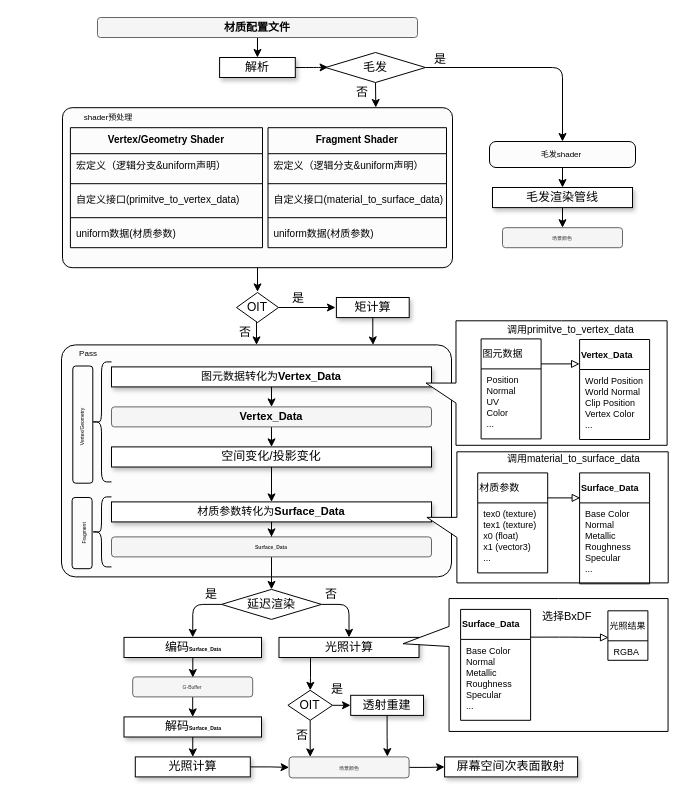
Earlier version of the draw.io diagram 未命名绘图.drawio (inliab/hello-world). Source tidied: cells renumbered, new cells numbered last; positions are measured from the earlier drawing's top-left corner, leaving out a move shared by most shapes. Both pictures are drawn from the tidied source at 100%, with x=0, y=0 at pixel (17, 17).
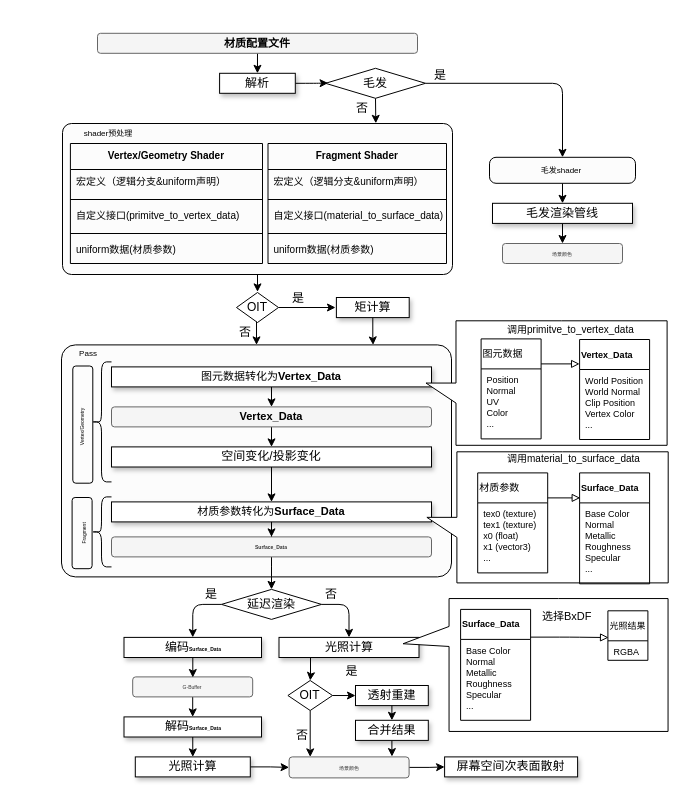
After the change.

Commit message (it also covers changes not shown here):
更新未命名绘图.drawio

The change refers to these unchanged cells:
```xml
<mxCell id="20" value="场景颜色" style="rounded=1;whiteSpace=wrap;html=1;shadow=0;glass=0;sketch=0;fontSize=5;fillColor=#f5f5f5;fontColor=#333333;strokeColor=#666666;" parent="1" vertex="1">
  <mxGeometry x="271.6" y="739.4" width="120" height="21" as="geometry" />
</mxCell>
```

Change to the diagram source:
```diff
@@
     <mxCell id="3" style="rounded=1;whiteSpace=wrap;html=1;shadow=0;glass=0;sketch=0;fontSize=5;fillColor=#FCFCFC;arcSize=25;" parent="1" vertex="1">
-      <mxGeometry x="472" y="124" width="146" height="26" as="geometry" />
+      <mxGeometry x="472" y="139.8" width="146" height="26" as="geometry" />
     </mxCell>
@@
     <mxCell id="6" style="rounded=1;whiteSpace=wrap;html=1;shadow=0;glass=0;sketch=0;fontSize=5;fillColor=#FCFCFC;arcSize=6;" parent="1" vertex="1">
-      <mxGeometry x="45" y="90.2" width="390" height="160" as="geometry" />
+      <mxGeometry x="45" y="106" width="390" height="151" as="geometry" />
     </mxCell>
@@
     <mxCell id="39" value="Vertex/Geometry Shader" style="swimlane;fontStyle=1;align=center;verticalAlign=top;horizontal=1;startSize=26;rounded=0;shadow=0;glass=0;sketch=0;strokeColor=default;strokeWidth=1;fontSize=10;fillColor=none;swimlaneFillColor=none;" parent="1" vertex="1">
-      <mxGeometry x="52.9" y="110.2" width="192.1" height="120" as="geometry" />
+      <mxGeometry x="52.9" y="126" width="192.1" height="120" as="geometry" />
     </mxCell>
@@
     <mxCell id="67" value="Fragment Shader" style="swimlane;fontStyle=1;align=center;verticalAlign=top;horizontal=1;startSize=26;rounded=0;shadow=0;glass=0;sketch=0;strokeColor=default;strokeWidth=1;fontSize=10;fillColor=none;swimlaneFillColor=none;" parent="1" vertex="1">
-      <mxGeometry x="250.5" y="110.2" width="178.5" height="120" as="geometry" />
+      <mxGeometry x="250.5" y="126" width="178.5" height="120" as="geometry" />
     </mxCell>
@@
     <mxCell id="77" value="shader预处理" style="text;html=1;strokeColor=none;fillColor=none;align=center;verticalAlign=middle;whiteSpace=wrap;rounded=0;shadow=0;glass=0;sketch=0;strokeWidth=1;fontSize=8;" parent="1" vertex="1">
-      <mxGeometry x="20" y="85" width="141.8" height="30" as="geometry" />
+      <mxGeometry x="20" y="100.8" width="141.8" height="30" as="geometry" />
     </mxCell>
@@
     <mxCell id="79" value="&lt;b style=&quot;color: rgb(0, 0, 0); font-size: 11px;&quot;&gt;材质配置文件&lt;/b&gt;" style="rounded=1;whiteSpace=wrap;html=1;shadow=0;glass=0;sketch=0;fontSize=5;fillColor=#f5f5f5;fontColor=#333333;strokeColor=#666666;" parent="1" vertex="1">
-      <mxGeometry x="80" width="320" height="20" as="geometry" />
+      <mxGeometry x="80" y="15.8" width="320" height="20" as="geometry" />
     </mxCell>
@@
     <mxCell id="82" value="解析" style="rounded=0;whiteSpace=wrap;html=1;fontSize=12;glass=0;strokeWidth=1;shadow=1;" parent="1" vertex="1">
-      <mxGeometry x="202.1" y="40" width="75.7" height="20" as="geometry" />
+      <mxGeometry x="202.1" y="55.8" width="75.7" height="20" as="geometry" />
     </mxCell>
     <mxCell id="83" style="edgeStyle=orthogonalEdgeStyle;rounded=1;jettySize=auto;html=1;exitX=0.5;exitY=1;exitDx=0;exitDy=0;exitPerimeter=0;fontSize=8;endArrow=classic;endFill=1;" parent="1" edge="1" source="85">
       <mxGeometry relative="1" as="geometry">
-        <mxPoint x="358.3" y="90" as="targetPoint" />
+        <mxPoint x="358.3" y="105.8" as="targetPoint" />
       </mxGeometry>
     </mxCell>
@@
     <mxCell id="85" value="毛发" style="strokeWidth=1;html=1;shape=mxgraph.flowchart.decision;whiteSpace=wrap;rounded=1;shadow=0;glass=0;sketch=0;strokeColor=#030303;fontSize=12;fillColor=default;" parent="1" vertex="1">
-      <mxGeometry x="308" y="35" width="100" height="30" as="geometry" />
+      <mxGeometry x="308" y="50.8" width="100" height="30" as="geometry" />
     </mxCell>
@@
     <mxCell id="87" value="毛发渲染管线" style="rounded=0;whiteSpace=wrap;html=1;fontSize=12;glass=0;strokeWidth=1;shadow=1;" parent="1" vertex="1">
-      <mxGeometry x="475" y="170" width="140" height="20.1" as="geometry" />
+      <mxGeometry x="475" y="185.8" width="140" height="20.1" as="geometry" />
     </mxCell>
     <mxCell id="88" value="场景颜色" style="rounded=1;whiteSpace=wrap;html=1;shadow=0;glass=0;sketch=0;fontSize=5;fillColor=#f5f5f5;fontColor=#333333;strokeColor=#666666;" parent="1" vertex="1">
-      <mxGeometry x="485" y="210.2" width="120" height="20" as="geometry" />
+      <mxGeometry x="485" y="226" width="120" height="20" as="geometry" />
     </mxCell>
     <mxCell id="89" value="是" style="text;html=1;strokeColor=none;fillColor=none;align=center;verticalAlign=middle;whiteSpace=wrap;rounded=0;shadow=0;glass=0;dashed=1;sketch=0;fontSize=12;" parent="1" vertex="1">
-      <mxGeometry x="392.6" y="27" width="60" height="30" as="geometry" />
+      <mxGeometry x="392.6" y="42.8" width="60" height="30" as="geometry" />
     </mxCell>
     <mxCell id="90" value="否" style="text;html=1;strokeColor=none;fillColor=none;align=center;verticalAlign=middle;whiteSpace=wrap;rounded=0;shadow=0;glass=0;dashed=1;sketch=0;fontSize=12;" parent="1" vertex="1">
-      <mxGeometry x="315" y="60" width="60" height="30" as="geometry" />
+      <mxGeometry x="315" y="75.8" width="60" height="30" as="geometry" />
     </mxCell>
     <mxCell id="91" value="毛发shader" style="text;html=1;strokeColor=none;fillColor=none;align=center;verticalAlign=middle;whiteSpace=wrap;rounded=0;shadow=0;glass=0;sketch=0;strokeWidth=1;fontSize=8;" parent="1" vertex="1">
-      <mxGeometry x="473.2" y="122" width="141.8" height="30" as="geometry" />
+      <mxGeometry x="473.2" y="137.8" width="141.8" height="30" as="geometry" />
     </mxCell>
@@
-    <mxCell id="101" style="edgeStyle=orthogonalEdgeStyle;rounded=0;jettySize=auto;html=1;exitX=1;exitY=0.5;exitDx=0;exitDy=0;exitPerimeter=0;fontSize=10;" parent="1" edge="1" source="102">
-      <mxGeometry relative="1" as="geometry">
-        <mxPoint x="333" y="688" as="targetPoint" />
-      </mxGeometry>
-    </mxCell>
     <mxCell id="102" value="OIT" style="strokeWidth=1;html=1;shape=mxgraph.flowchart.decision;whiteSpace=wrap;rounded=1;shadow=0;glass=0;sketch=0;strokeColor=#030303;fontSize=12;fillColor=default;" parent="1" vertex="1">
-      <mxGeometry x="270.4" y="672.8" width="44.6" height="30" as="geometry" />
+      <mxGeometry x="270.4" y="663" width="44.6" height="30" as="geometry" />
     </mxCell>
-    <mxCell id="103" style="edgeStyle=orthogonalEdgeStyle;rounded=0;jettySize=auto;html=1;entryX=0.819;entryY=-0.014;entryDx=0;entryDy=0;entryPerimeter=0;fontSize=10;" parent="1" edge="1" source="104" target="20">
-      <mxGeometry relative="1" as="geometry" />
-    </mxCell>
     <mxCell id="104" value="透射重建" style="rounded=0;whiteSpace=wrap;html=1;fontSize=12;glass=0;strokeWidth=1;shadow=1;" parent="1" vertex="1">
-      <mxGeometry x="333.2" y="677.8" width="72.8" height="20.1" as="geometry" />
+      <mxGeometry x="338" y="668" width="72.8" height="20.1" as="geometry" />
     </mxCell>
     <mxCell id="105" value="是" style="text;html=1;strokeColor=none;fillColor=none;align=center;verticalAlign=middle;whiteSpace=wrap;rounded=0;shadow=0;glass=0;dashed=1;sketch=0;fontSize=12;" parent="1" vertex="1">
-      <mxGeometry x="290" y="657" width="60" height="30" as="geometry" />
+      <mxGeometry x="318" y="642.8" width="33" height="23.2" as="geometry" />
     </mxCell>
@@
+    <mxCell id="107" style="edgeStyle=orthogonalEdgeStyle;rounded=0;jettySize=auto;html=1;exitX=0.5;exitY=1;exitDx=0;exitDy=0;entryX=0.857;entryY=-0.017;entryDx=0;entryDy=0;entryPerimeter=0;fontSize=10;" parent="1" edge="1" source="108" target="20">
+      <mxGeometry relative="1" as="geometry" />
+    </mxCell>
+    <mxCell id="108" value="合并结果" style="rounded=0;whiteSpace=wrap;html=1;fontSize=12;glass=0;strokeWidth=1;shadow=1;" parent="1" vertex="1">
+      <mxGeometry x="338" y="702.8" width="72.8" height="20.1" as="geometry" />
+    </mxCell>
+    <mxCell id="109" style="endArrow=classic;html=1;rounded=0;fontSize=10;exitX=1;exitY=0.5;exitDx=0;exitDy=0;exitPerimeter=0;entryX=0;entryY=0.5;entryDx=0;entryDy=0;" parent="1" edge="1" source="102" target="104">
+      <mxGeometry relative="1" as="geometry" />
+    </mxCell>
+    <mxCell id="110" style="endArrow=classic;html=1;rounded=0;fontSize=10;exitX=0.5;exitY=1;exitDx=0;exitDy=0;entryX=0.5;entryY=0;entryDx=0;entryDy=0;" parent="1" edge="1" source="104" target="108">
+      <mxGeometry relative="1" as="geometry" />
+    </mxCell>
```
